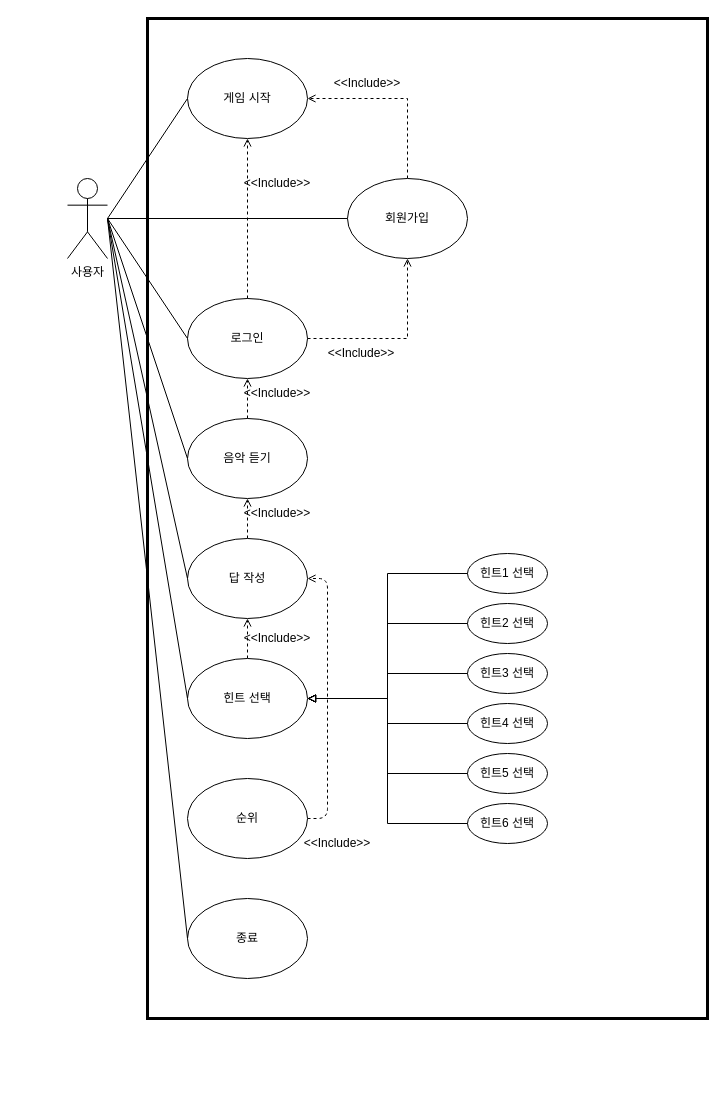
This is 유스케이스.drawio from 2024-SMHRD-SW-Fullstack-1/CDE-Markect, a draw.io file, before an edit. Source tidied: cells renumbered, new cells numbered last; positions are measured from the earlier drawing's top-left corner, leaving out a move shared by most shapes. Both pictures are drawn from the tidied source at 100%, with x=0, y=0 at pixel (67, 18).
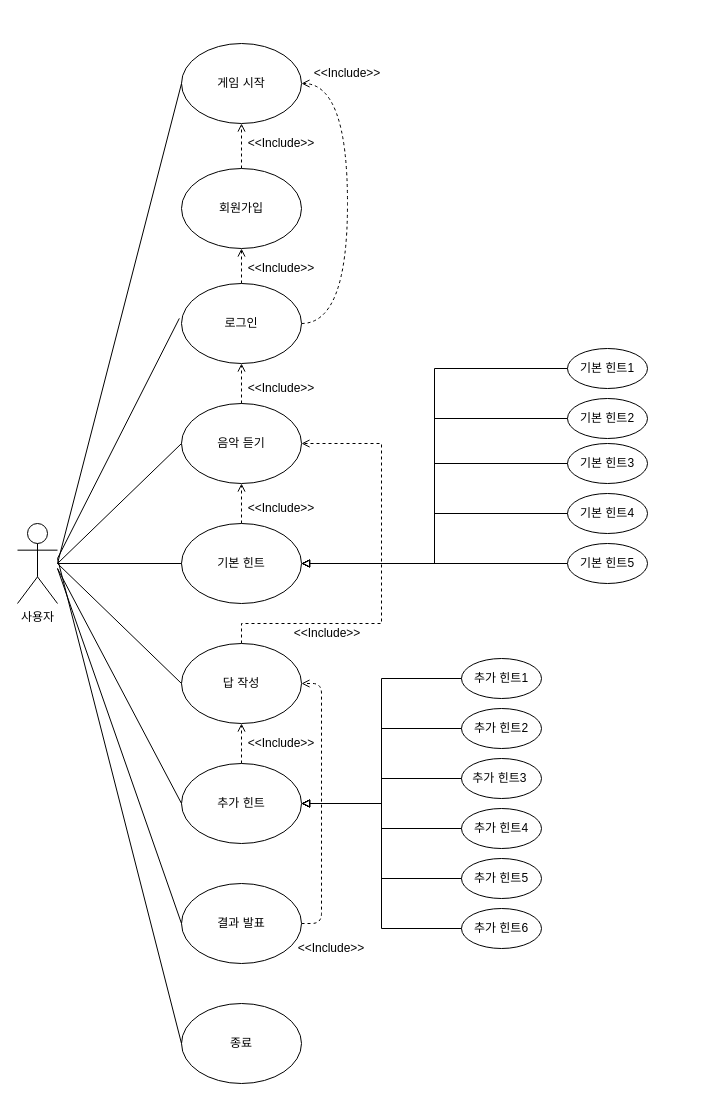
The same page after the edit.

Commit message (it also covers changes not shown here):
미니프로젝트

Change to the diagram source:
```diff
@@
-    <mxCell id="2" style="rounded=0;whiteSpace=wrap;html=1;fillColor=none;strokeWidth=3;" parent="1" vertex="1">
-      <mxGeometry x="80" width="560" height="1000" as="geometry" />
-    </mxCell>
     <mxCell id="3" value="사용자" style="shape=umlActor;verticalLabelPosition=bottom;verticalAlign=top;html=1;outlineConnect=0;" parent="1" vertex="1">
-      <mxGeometry y="160" width="40" height="80" as="geometry" />
+      <mxGeometry x="-50" y="505" width="40" height="80" as="geometry" />
     </mxCell>
     <mxCell id="4" value="음악 듣기" style="ellipse;whiteSpace=wrap;html=1;" parent="1" vertex="1">
-      <mxGeometry x="120" y="400" width="120" height="80" as="geometry" />
+      <mxGeometry x="114" y="385" width="120" height="80" as="geometry" />
     </mxCell>
-    <mxCell id="5" style="edgeStyle=orthogonalEdgeStyle;rounded=0;jettySize=auto;html=1;exitX=0.5;exitY=0;exitDx=0;exitDy=0;dashed=1;endArrow=open;endFill=0;" parent="1" edge="1" source="6" target="4">
-      <mxGeometry relative="1" as="geometry" />
+    <mxCell id="5" style="edgeStyle=orthogonalEdgeStyle;rounded=0;jettySize=auto;html=1;exitX=0.5;exitY=0;exitDx=0;exitDy=0;entryX=1;entryY=0.5;entryDx=0;entryDy=0;dashed=1;endArrow=open;endFill=0;" parent="1" edge="1" source="6" target="4">
+      <mxGeometry relative="1" as="geometry">
+        <Array as="points">
+          <mxPoint x="174" y="605" />
+          <mxPoint x="314" y="605" />
+          <mxPoint x="314" y="425" />
+        </Array>
+      </mxGeometry>
     </mxCell>
     <mxCell id="6" value="답 작성" style="ellipse;whiteSpace=wrap;html=1;" parent="1" vertex="1">
-      <mxGeometry x="120" y="520" width="120" height="80" as="geometry" />
+      <mxGeometry x="114" y="625" width="120" height="80" as="geometry" />
     </mxCell>
@@
-    <mxCell id="8" value="힌트 선택" style="ellipse;whiteSpace=wrap;html=1;" parent="1" vertex="1">
-      <mxGeometry x="120" y="640" width="120" height="80" as="geometry" />
+    <mxCell id="8" value="추가 힌트" style="ellipse;whiteSpace=wrap;html=1;" parent="1" vertex="1">
+      <mxGeometry x="114" y="745" width="120" height="80" as="geometry" />
     </mxCell>
@@
-    <mxCell id="10" value="순위" style="ellipse;whiteSpace=wrap;html=1;" parent="1" vertex="1">
-      <mxGeometry x="120" y="760" width="120" height="80" as="geometry" />
+    <mxCell id="10" value="결과 발표" style="ellipse;whiteSpace=wrap;html=1;" parent="1" vertex="1">
+      <mxGeometry x="114" y="865" width="120" height="80" as="geometry" />
     </mxCell>
-    <mxCell id="11" style="edgeStyle=orthogonalEdgeStyle;rounded=0;jettySize=auto;html=1;exitX=0.5;exitY=0;exitDx=0;exitDy=0;entryX=1;entryY=0.5;entryDx=0;entryDy=0;dashed=1;endArrow=open;endFill=0;" parent="1" edge="1" source="12" target="13">
+    <mxCell id="11" style="edgeStyle=orthogonalEdgeStyle;rounded=0;jettySize=auto;html=1;exitX=0.5;exitY=0;exitDx=0;exitDy=0;entryX=0.5;entryY=1;entryDx=0;entryDy=0;dashed=1;endArrow=open;endFill=0;" parent="1" edge="1" source="12" target="13">
       <mxGeometry relative="1" as="geometry" />
     </mxCell>
     <mxCell id="12" value="회원가입" style="ellipse;whiteSpace=wrap;html=1;" parent="1" vertex="1">
-      <mxGeometry x="280" y="160" width="120" height="80" as="geometry" />
+      <mxGeometry x="114" y="150" width="120" height="80" as="geometry" />
     </mxCell>
     <mxCell id="13" value="게임 시작" style="ellipse;whiteSpace=wrap;html=1;" parent="1" vertex="1">
-      <mxGeometry x="120" y="40" width="120" height="80" as="geometry" />
+      <mxGeometry x="114" y="25" width="120" height="80" as="geometry" />
     </mxCell>
     <mxCell id="14" value="종료" style="ellipse;whiteSpace=wrap;html=1;" parent="1" vertex="1">
-      <mxGeometry x="120" y="880" width="120" height="80" as="geometry" />
+      <mxGeometry x="114" y="985" width="120" height="80" as="geometry" />
     </mxCell>
-    <mxCell id="15" style="endArrow=none;html=1;rounded=0;entryX=0;entryY=0.5;entryDx=0;entryDy=0;endFill=0;" parent="1" edge="1" target="4">
-      <mxGeometry relative="1" as="geometry">
-        <mxPoint x="40" y="200" as="sourcePoint" />
-      </mxGeometry>
-    </mxCell>
-    <mxCell id="16" style="endArrow=none;html=1;rounded=0;entryX=0;entryY=0.5;entryDx=0;entryDy=0;endFill=0;" parent="1" edge="1" target="6">
-      <mxGeometry relative="1" as="geometry">
-        <mxPoint x="40" y="200" as="sourcePoint" />
-      </mxGeometry>
-    </mxCell>
-    <mxCell id="17" style="endArrow=none;html=1;rounded=0;entryX=0;entryY=0.5;entryDx=0;entryDy=0;endFill=0;" parent="1" edge="1" target="8">
-      <mxGeometry relative="1" as="geometry">
-        <mxPoint x="40" y="200" as="sourcePoint" />
-      </mxGeometry>
-    </mxCell>
-    <mxCell id="18" style="endArrow=none;html=1;rounded=0;entryX=0;entryY=0.5;entryDx=0;entryDy=0;" parent="1" edge="1" target="13">
-      <mxGeometry relative="1" as="geometry">
-        <mxPoint x="40" y="200" as="sourcePoint" />
-      </mxGeometry>
-    </mxCell>
-    <mxCell id="19" value="힌트1 선택" style="ellipse;whiteSpace=wrap;html=1;" parent="1" vertex="1">
-      <mxGeometry x="400" y="535" width="80" height="40" as="geometry" />
+    <mxCell id="19" value="추가 힌트1" style="ellipse;whiteSpace=wrap;html=1;" parent="1" vertex="1">
+      <mxGeometry x="394" y="640" width="80" height="40" as="geometry" />
     </mxCell>
-    <mxCell id="20" value="힌트2 선택" style="ellipse;whiteSpace=wrap;html=1;" parent="1" vertex="1">
-      <mxGeometry x="400" y="585" width="80" height="40" as="geometry" />
+    <mxCell id="20" value="추가 힌트2" style="ellipse;whiteSpace=wrap;html=1;" parent="1" vertex="1">
+      <mxGeometry x="394" y="690" width="80" height="40" as="geometry" />
     </mxCell>
-    <mxCell id="21" value="힌트3 선택" style="ellipse;whiteSpace=wrap;html=1;" parent="1" vertex="1">
-      <mxGeometry x="400" y="635" width="80" height="40" as="geometry" />
+    <mxCell id="21" value="추가 힌트3&amp;nbsp;" style="ellipse;whiteSpace=wrap;html=1;" parent="1" vertex="1">
+      <mxGeometry x="394" y="740" width="80" height="40" as="geometry" />
     </mxCell>
-    <mxCell id="22" value="힌트4 선택" style="ellipse;whiteSpace=wrap;html=1;" parent="1" vertex="1">
-      <mxGeometry x="400" y="685" width="80" height="40" as="geometry" />
+    <mxCell id="22" value="추가 힌트4" style="ellipse;whiteSpace=wrap;html=1;" parent="1" vertex="1">
+      <mxGeometry x="394" y="790" width="80" height="40" as="geometry" />
     </mxCell>
-    <mxCell id="23" value="힌트6 선택" style="ellipse;whiteSpace=wrap;html=1;" parent="1" vertex="1">
-      <mxGeometry x="400" y="785" width="80" height="40" as="geometry" />
+    <mxCell id="23" value="추가 힌트6" style="ellipse;whiteSpace=wrap;html=1;" parent="1" vertex="1">
+      <mxGeometry x="394" y="890" width="80" height="40" as="geometry" />
     </mxCell>
-    <mxCell id="24" value="힌트5 선택" style="ellipse;whiteSpace=wrap;html=1;" parent="1" vertex="1">
-      <mxGeometry x="400" y="735" width="80" height="40" as="geometry" />
+    <mxCell id="24" value="추가 힌트5" style="ellipse;whiteSpace=wrap;html=1;" parent="1" vertex="1">
+      <mxGeometry x="394" y="840" width="80" height="40" as="geometry" />
     </mxCell>
@@
     <mxCell id="29" style="endArrow=block;html=1;rounded=0;exitX=0;exitY=0.5;exitDx=0;exitDy=0;endFill=0;edgeStyle=orthogonalEdgeStyle;" parent="1" edge="1" source="24">
       <mxGeometry relative="1" as="geometry">
-        <mxPoint x="240" y="680" as="targetPoint" />
+        <mxPoint x="234" y="785" as="targetPoint" />
         <Array as="points">
-          <mxPoint x="320" y="755" />
-          <mxPoint x="320" y="680" />
+          <mxPoint x="314" y="860" />
+          <mxPoint x="314" y="785" />
         </Array>
       </mxGeometry>
     </mxCell>
     <mxCell id="30" style="endArrow=block;html=1;rounded=0;exitX=0;exitY=0.5;exitDx=0;exitDy=0;endFill=0;edgeStyle=orthogonalEdgeStyle;" parent="1" edge="1" source="23" target="8">
       <mxGeometry relative="1" as="geometry">
         <Array as="points">
-          <mxPoint x="320" y="805" />
-          <mxPoint x="320" y="680" />
+          <mxPoint x="314" y="910" />
+          <mxPoint x="314" y="785" />
         </Array>
       </mxGeometry>
     </mxCell>
-    <mxCell id="31" style="endArrow=none;html=1;rounded=0;entryX=0;entryY=0.5;entryDx=0;entryDy=0;" parent="1" edge="1" target="14">
-      <mxGeometry relative="1" as="geometry">
-        <mxPoint x="40" y="200" as="sourcePoint" />
-      </mxGeometry>
-    </mxCell>
+    <mxCell id="35" style="edgeStyle=orthogonalEdgeStyle;rounded=0;jettySize=auto;html=1;exitX=0.5;exitY=0;exitDx=0;exitDy=0;entryX=0.5;entryY=1;entryDx=0;entryDy=0;dashed=1;endArrow=open;endFill=0;" parent="1" edge="1" source="32" target="12">
+      <mxGeometry relative="1" as="geometry" />
+    </mxCell>
+    <mxCell id="43" style="edgeStyle=orthogonalEdgeStyle;rounded=0;jettySize=auto;html=1;exitX=1;exitY=0.5;exitDx=0;exitDy=0;entryX=1;entryY=0.5;entryDx=0;entryDy=0;curved=1;dashed=1;endArrow=open;endFill=0;" parent="1" edge="1" source="32" target="13">
+      <mxGeometry relative="1" as="geometry">
+        <Array as="points">
+          <mxPoint x="280" y="305" />
+          <mxPoint x="280" y="65" />
+        </Array>
+      </mxGeometry>
+    </mxCell>
     <mxCell id="32" value="로그인" style="ellipse;whiteSpace=wrap;html=1;" parent="1" vertex="1">
-      <mxGeometry x="120" y="280" width="120" height="80" as="geometry" />
+      <mxGeometry x="114" y="265" width="120" height="80" as="geometry" />
     </mxCell>
@@
-    <mxCell id="34" style="endArrow=none;html=1;rounded=0;entryX=0;entryY=0.5;entryDx=0;entryDy=0;" parent="1" edge="1" target="12">
-      <mxGeometry relative="1" as="geometry">
-        <mxPoint x="40" y="200" as="sourcePoint" />
-      </mxGeometry>
-    </mxCell>
-    <mxCell id="35" style="endArrow=open;html=1;rounded=0;entryX=0.5;entryY=1;entryDx=0;entryDy=0;dashed=1;endFill=0;edgeStyle=orthogonalEdgeStyle;exitX=1;exitY=0.5;exitDx=0;exitDy=0;" parent="1" edge="1" source="32" target="12">
-      <mxGeometry relative="1" as="geometry" />
-    </mxCell>
-    <mxCell id="36" style="endArrow=none;html=1;rounded=0;entryX=0;entryY=0.5;entryDx=0;entryDy=0;" parent="1" edge="1" target="32">
-      <mxGeometry relative="1" as="geometry">
-        <mxPoint x="40" y="200" as="sourcePoint" />
-      </mxGeometry>
-    </mxCell>
     <mxCell id="37" value="&amp;lt;&amp;lt;Include&amp;gt;&amp;gt;" style="text;html=1;align=center;verticalAlign=middle;whiteSpace=wrap;rounded=0;" parent="1" vertex="1">
-      <mxGeometry x="270" y="50" width="60" height="30" as="geometry" />
+      <mxGeometry x="184" y="110" width="60" height="30" as="geometry" />
     </mxCell>
     <mxCell id="38" value="&amp;lt;&amp;lt;Include&amp;gt;&amp;gt;" style="text;html=1;align=center;verticalAlign=middle;whiteSpace=wrap;rounded=0;" parent="1" vertex="1">
-      <mxGeometry x="264" y="320" width="60" height="30" as="geometry" />
+      <mxGeometry x="184" y="235" width="60" height="30" as="geometry" />
     </mxCell>
     <mxCell id="39" value="&amp;lt;&amp;lt;Include&amp;gt;&amp;gt;" style="text;html=1;align=center;verticalAlign=middle;whiteSpace=wrap;rounded=0;" parent="1" vertex="1">
-      <mxGeometry x="180" y="360" width="60" height="30" as="geometry" />
+      <mxGeometry x="184" y="355" width="60" height="30" as="geometry" />
     </mxCell>
     <mxCell id="40" value="&amp;lt;&amp;lt;Include&amp;gt;&amp;gt;" style="text;html=1;align=center;verticalAlign=middle;whiteSpace=wrap;rounded=0;" parent="1" vertex="1">
-      <mxGeometry x="180" y="480" width="60" height="30" as="geometry" />
+      <mxGeometry x="230" y="600" width="60" height="30" as="geometry" />
     </mxCell>
     <mxCell id="41" value="&amp;lt;&amp;lt;Include&amp;gt;&amp;gt;" style="text;html=1;align=center;verticalAlign=middle;whiteSpace=wrap;rounded=0;" parent="1" vertex="1">
-      <mxGeometry x="180" y="605" width="60" height="30" as="geometry" />
+      <mxGeometry x="184" y="710" width="60" height="30" as="geometry" />
     </mxCell>
     <mxCell id="42" value="&amp;lt;&amp;lt;Include&amp;gt;&amp;gt;" style="text;html=1;align=center;verticalAlign=middle;whiteSpace=wrap;rounded=0;" parent="1" vertex="1">
-      <mxGeometry x="240" y="810" width="60" height="30" as="geometry" />
+      <mxGeometry x="234" y="915" width="60" height="30" as="geometry" />
     </mxCell>
-    <mxCell id="43" style="endArrow=open;html=1;rounded=0;exitX=0.5;exitY=0;exitDx=0;exitDy=0;dashed=1;endFill=0;" parent="1" edge="1" source="32" target="13">
-      <mxGeometry relative="1" as="geometry" />
-    </mxCell>
     <mxCell id="44" value="&amp;lt;&amp;lt;Include&amp;gt;&amp;gt;" style="text;html=1;align=center;verticalAlign=middle;whiteSpace=wrap;rounded=0;" parent="1" vertex="1">
-      <mxGeometry x="180" y="150" width="60" height="30" as="geometry" />
+      <mxGeometry x="250" y="40" width="60" height="30" as="geometry" />
     </mxCell>
+    <mxCell id="45" style="rounded=0;jettySize=auto;html=1;exitX=0.5;exitY=0;exitDx=0;exitDy=0;dashed=1;endArrow=open;endFill=0;entryX=0.5;entryY=1;entryDx=0;entryDy=0;" parent="1" edge="1" source="46" target="4">
+      <mxGeometry relative="1" as="geometry" />
+    </mxCell>
+    <mxCell id="46" value="기본 힌트" style="ellipse;whiteSpace=wrap;html=1;" parent="1" vertex="1">
+      <mxGeometry x="114" y="505" width="120" height="80" as="geometry" />
+    </mxCell>
+    <mxCell id="47" value="&amp;lt;&amp;lt;Include&amp;gt;&amp;gt;" style="text;html=1;align=center;verticalAlign=middle;whiteSpace=wrap;rounded=0;" parent="1" vertex="1">
+      <mxGeometry x="184" y="475" width="60" height="30" as="geometry" />
+    </mxCell>
+    <mxCell id="48" style="endArrow=none;html=1;rounded=0;entryX=0;entryY=0.5;entryDx=0;entryDy=0;" parent="1" edge="1" source="3" target="46">
+      <mxGeometry relative="1" as="geometry" />
+    </mxCell>
+    <mxCell id="49" style="endArrow=none;html=1;rounded=0;entryX=0;entryY=0.5;entryDx=0;entryDy=0;" parent="1" edge="1" target="4">
+      <mxGeometry relative="1" as="geometry">
+        <mxPoint x="-10" y="545" as="sourcePoint" />
+      </mxGeometry>
+    </mxCell>
+    <mxCell id="50" style="endArrow=none;html=1;rounded=0;entryX=0;entryY=0.5;entryDx=0;entryDy=0;" parent="1" edge="1" target="6">
+      <mxGeometry relative="1" as="geometry">
+        <mxPoint x="-10" y="545" as="sourcePoint" />
+      </mxGeometry>
+    </mxCell>
+    <mxCell id="51" style="endArrow=none;html=1;rounded=0;entryX=-0.018;entryY=0.436;entryDx=0;entryDy=0;entryPerimeter=0;" parent="1" edge="1" target="32">
+      <mxGeometry relative="1" as="geometry">
+        <mxPoint x="-10" y="540" as="sourcePoint" />
+      </mxGeometry>
+    </mxCell>
+    <mxCell id="52" style="endArrow=none;html=1;rounded=0;entryX=0;entryY=0.5;entryDx=0;entryDy=0;" parent="1" edge="1" target="8">
+      <mxGeometry relative="1" as="geometry">
+        <mxPoint x="-10" y="550" as="sourcePoint" />
+      </mxGeometry>
+    </mxCell>
+    <mxCell id="53" style="endArrow=none;html=1;rounded=0;exitX=0;exitY=0.5;exitDx=0;exitDy=0;" parent="1" edge="1" source="10">
+      <mxGeometry relative="1" as="geometry">
+        <mxPoint x="-10" y="550" as="targetPoint" />
+      </mxGeometry>
+    </mxCell>
+    <mxCell id="54" style="endArrow=none;html=1;rounded=0;entryX=0;entryY=0.5;entryDx=0;entryDy=0;" parent="1" edge="1" target="13">
+      <mxGeometry relative="1" as="geometry">
+        <mxPoint x="-10" y="545" as="sourcePoint" />
+      </mxGeometry>
+    </mxCell>
+    <mxCell id="55" value="기본 힌트1" style="ellipse;whiteSpace=wrap;html=1;" parent="1" vertex="1">
+      <mxGeometry x="500" y="330" width="80" height="40" as="geometry" />
+    </mxCell>
+    <mxCell id="56" value="기본 힌트2" style="ellipse;whiteSpace=wrap;html=1;" parent="1" vertex="1">
+      <mxGeometry x="500" y="380" width="80" height="40" as="geometry" />
+    </mxCell>
+    <mxCell id="57" value="기본 힌트3" style="ellipse;whiteSpace=wrap;html=1;" parent="1" vertex="1">
+      <mxGeometry x="500" y="425" width="80" height="40" as="geometry" />
+    </mxCell>
+    <mxCell id="58" value="기본 힌트4" style="ellipse;whiteSpace=wrap;html=1;" parent="1" vertex="1">
+      <mxGeometry x="500" y="475" width="80" height="40" as="geometry" />
+    </mxCell>
+    <mxCell id="59" style="edgeStyle=orthogonalEdgeStyle;rounded=0;jettySize=auto;html=1;exitX=0;exitY=0.5;exitDx=0;exitDy=0;entryX=1;entryY=0.5;entryDx=0;entryDy=0;endArrow=block;endFill=0;" parent="1" edge="1" source="60" target="46">
+      <mxGeometry relative="1" as="geometry" />
+    </mxCell>
+    <mxCell id="60" value="기본 힌트5" style="ellipse;whiteSpace=wrap;html=1;" parent="1" vertex="1">
+      <mxGeometry x="500" y="525" width="80" height="40" as="geometry" />
+    </mxCell>
+    <mxCell id="61" style="endArrow=block;html=1;rounded=0;exitX=0;exitY=0.5;exitDx=0;exitDy=0;entryX=1;entryY=0.5;entryDx=0;entryDy=0;endFill=0;edgeStyle=orthogonalEdgeStyle;" parent="1" edge="1" source="55" target="46">
+      <mxGeometry relative="1" as="geometry" />
+    </mxCell>
+    <mxCell id="62" style="endArrow=block;html=1;rounded=0;exitX=0;exitY=0.5;exitDx=0;exitDy=0;endFill=0;edgeStyle=orthogonalEdgeStyle;entryX=1;entryY=0.5;entryDx=0;entryDy=0;" parent="1" edge="1" source="57" target="46">
+      <mxGeometry relative="1" as="geometry" />
+    </mxCell>
+    <mxCell id="63" style="endArrow=block;html=1;rounded=0;exitX=0;exitY=0.5;exitDx=0;exitDy=0;endFill=0;entryX=1;entryY=0.5;entryDx=0;entryDy=0;edgeStyle=orthogonalEdgeStyle;" parent="1" edge="1" source="58" target="46">
+      <mxGeometry relative="1" as="geometry" />
+    </mxCell>
+    <mxCell id="64" style="endArrow=block;html=1;rounded=0;exitX=0;exitY=0.5;exitDx=0;exitDy=0;endFill=0;entryX=1;entryY=0.5;entryDx=0;entryDy=0;edgeStyle=orthogonalEdgeStyle;" parent="1" edge="1" source="56" target="46">
+      <mxGeometry relative="1" as="geometry" />
+    </mxCell>
+    <mxCell id="65" style="endArrow=none;html=1;rounded=0;entryX=0;entryY=0.5;entryDx=0;entryDy=0;" parent="1" edge="1" target="14">
+      <mxGeometry relative="1" as="geometry">
+        <mxPoint x="-10" y="540" as="sourcePoint" />
+      </mxGeometry>
+    </mxCell>
```
